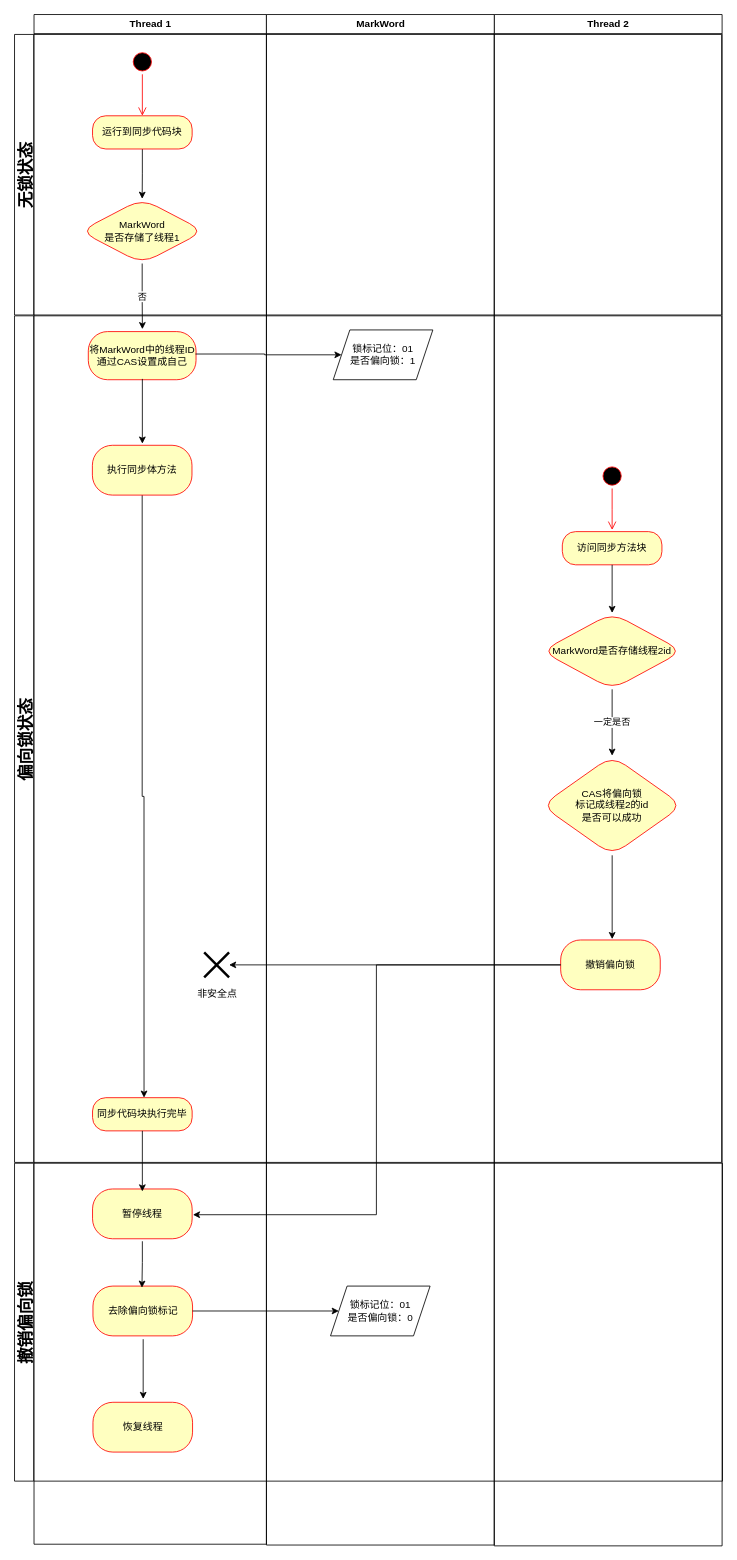
This is Untitled Diagram.drawio from gaoxi-hub/drow.io.res, a draw.io file, before an edit. Source tidied: cells renumbered, new cells numbered last; positions are measured from the earlier drawing's top-left corner, leaving out a move shared by most shapes. Both pictures are drawn from the tidied source at 83%, with x=0, y=0 at pixel (14, 14).
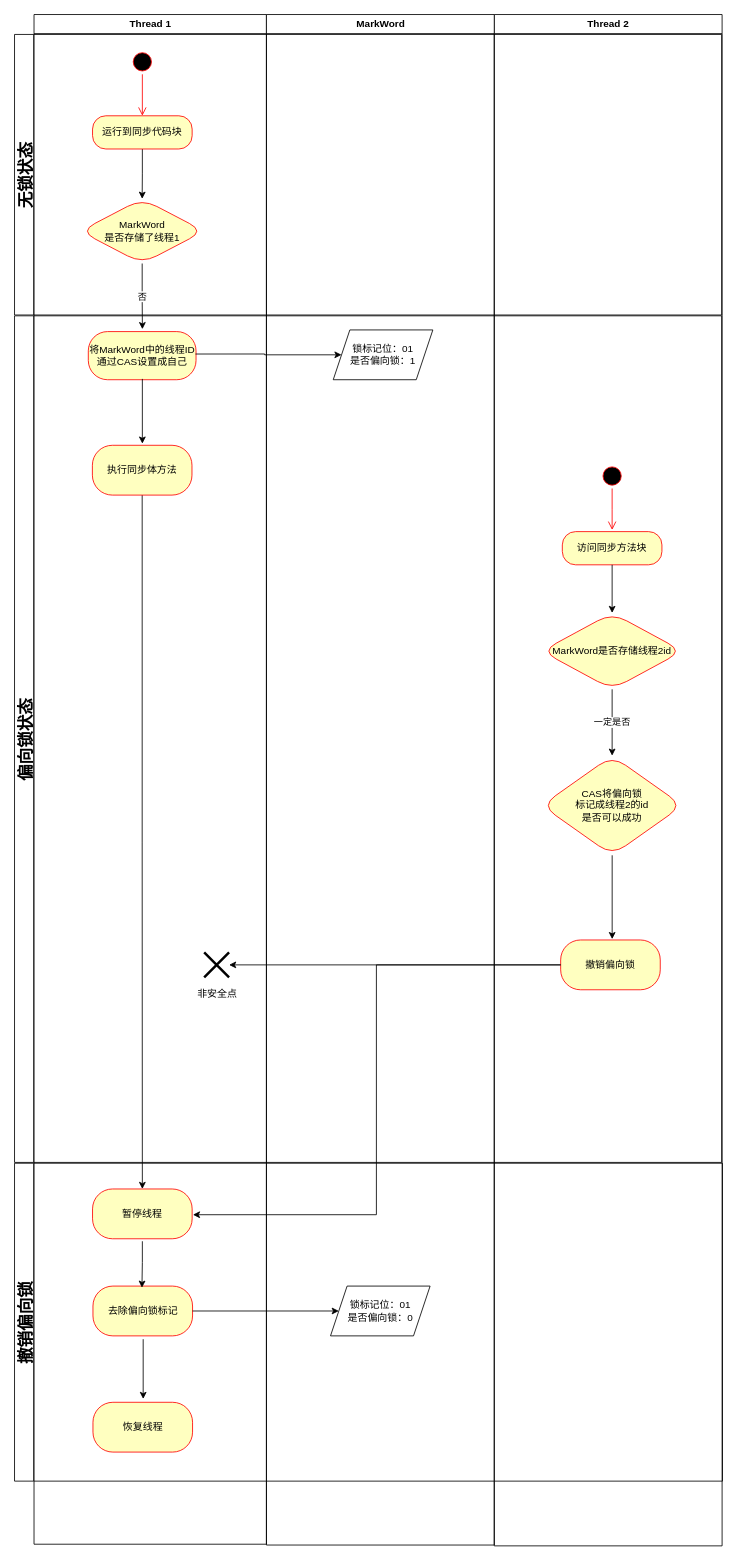
The same diagram, later.

The change refers to these unchanged cells:
```xml
<mxCell id="2" value="Thread 1" style="swimlane;whiteSpace=wrap;fillColor=default;" parent="1" vertex="1">
  <mxGeometry x="23.5" width="280" height="1843" as="geometry" />
</mxCell>
<mxCell id="26" value="执行同步体方法" style="whiteSpace=wrap;html=1;fillColor=#ffffc0;strokeColor=#ff0000;fontColor=#000000;rounded=1;arcSize=40;" parent="1" vertex="1">
  <mxGeometry x="93.8" y="519" width="120" height="60" as="geometry" />
</mxCell>
<mxCell id="33" value="暂停线程" style="whiteSpace=wrap;html=1;fillColor=#ffffc0;strokeColor=#ff0000;fontColor=#000000;rounded=1;arcSize=40;" parent="1" vertex="1">
  <mxGeometry x="94" y="1415" width="120" height="60" as="geometry" />
</mxCell>
```

The edit, as a diff of the source:
```diff
@@
-    <mxCell id="10" value="同步代码块执行完毕" style="rounded=1;whiteSpace=wrap;html=1;arcSize=40;fontColor=#000000;fillColor=#ffffc0;strokeColor=#ff0000;" parent="2" vertex="1">
-      <mxGeometry x="70.5" y="1305" width="120" height="40" as="geometry" />
-    </mxCell>
@@
-    <mxCell id="25" style="edgeStyle=orthogonalEdgeStyle;rounded=0;jettySize=auto;html=1;entryX=0.517;entryY=0;entryDx=0;entryDy=0;entryPerimeter=0;" parent="1" edge="1" source="26" target="10">
+    <mxCell id="25" style="edgeStyle=orthogonalEdgeStyle;rounded=0;jettySize=auto;html=1;entryX=0.5;entryY=0;entryDx=0;entryDy=0;" parent="1" edge="1" source="26" target="33">
       <mxGeometry relative="1" as="geometry" />
     </mxCell>
@@
-    <mxCell id="34" style="edgeStyle=orthogonalEdgeStyle;rounded=0;jettySize=auto;html=1;" parent="1" edge="1" source="10">
-      <mxGeometry relative="1" as="geometry">
-        <mxPoint x="154" y="1418" as="targetPoint" />
-      </mxGeometry>
-    </mxCell>
```
